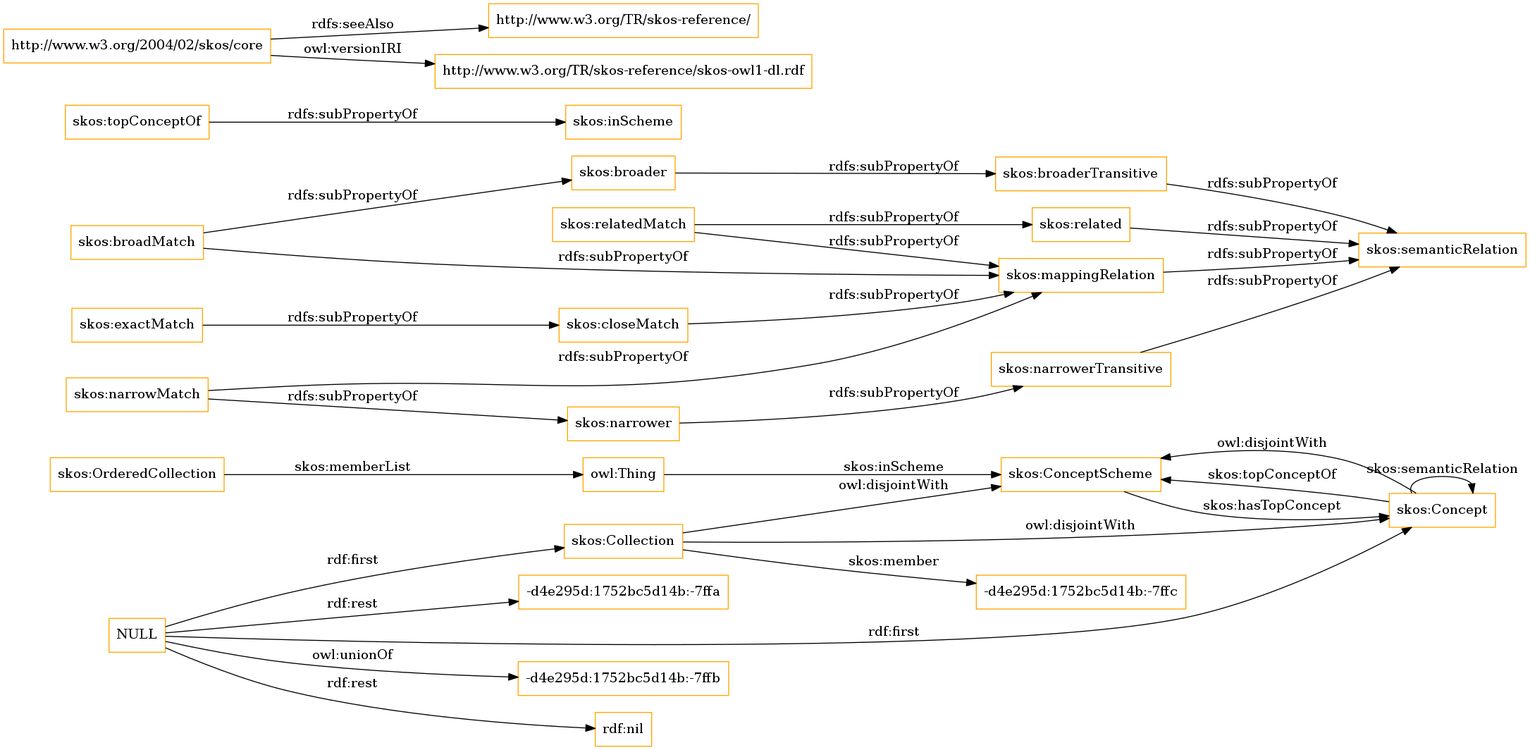
The Graphviz diagram OnToology/imports/skos.owl/diagrams/ar2dtool-class/skos.owl.png in OnToologyUser/core-ontology-1, before a commit. Its source is kept beside it as OnToology/imports/skos.owl/diagrams/ar2dtool-class/skos.owl.png.dot.
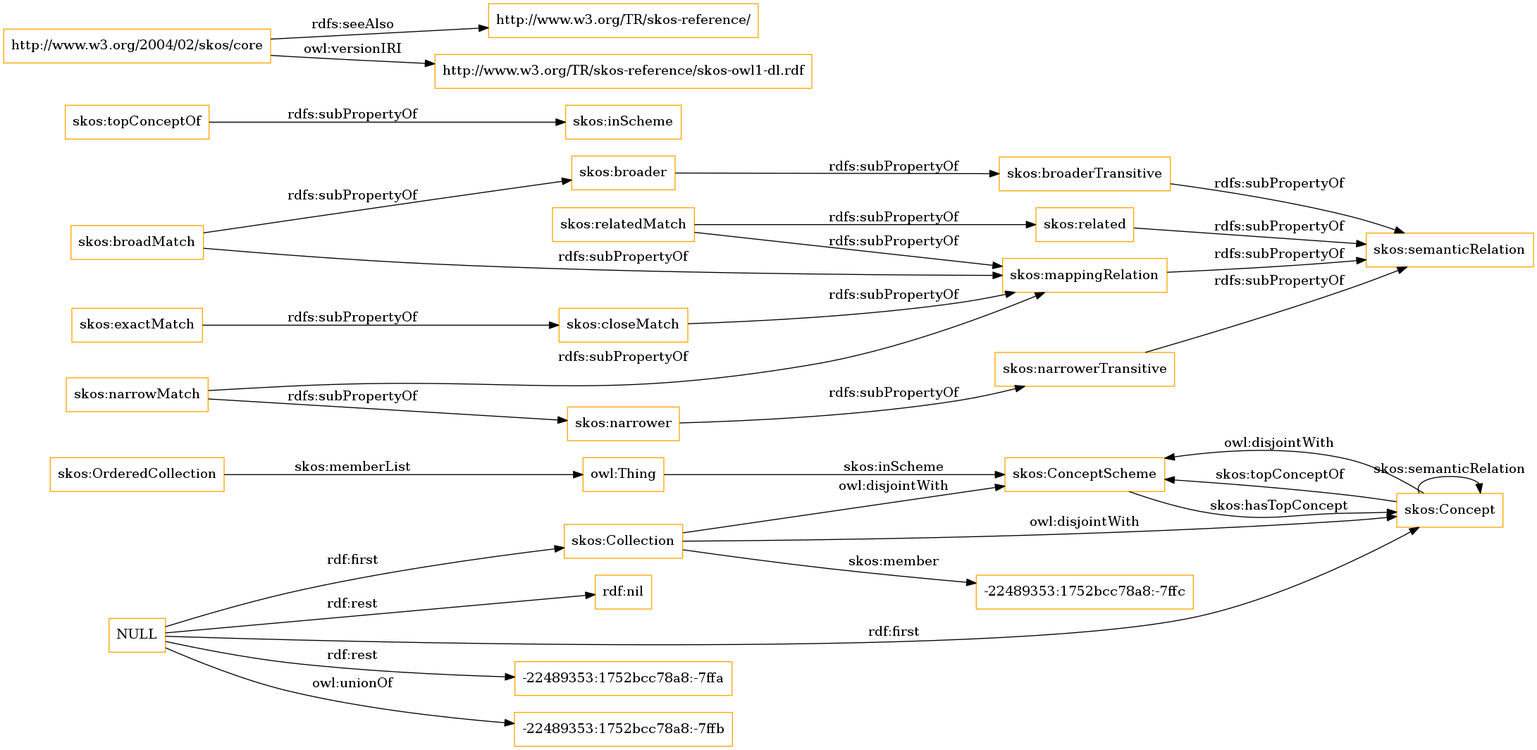
After the commit.

The edit, as a diff of the source:
```diff
@@ -1,13 +1,13 @@
 digraph ar2dtool_diagram {
 rankdir=LR;
 size="1501"
-node [shape = rectangle, color="orange"]; "skos:OrderedCollection" "skos:ConceptScheme" "skos:Concept" "skos:Collection" "-d4e295d:1752bc5d14b:-7ffc" ; /*classes style*/
+node [shape = rectangle, color="orange"]; "skos:OrderedCollection" "skos:ConceptScheme" "skos:Concept" "skos:Collection" "-22489353:1752bcc78a8:-7ffc" ; /*classes style*/
 	"skos:narrowerTransitive" -> "skos:semanticRelation" [ label = "rdfs:subPropertyOf" ];
-	"NULL" -> "-d4e295d:1752bc5d14b:-7ffb" [ label = "owl:unionOf" ];
+	"NULL" -> "-22489353:1752bcc78a8:-7ffa" [ label = "rdf:rest" ];
+	"NULL" -> "skos:Collection" [ label = "rdf:first" ];
+	"NULL" -> "-22489353:1752bcc78a8:-7ffb" [ label = "owl:unionOf" ];
 	"NULL" -> "rdf:nil" [ label = "rdf:rest" ];
 	"NULL" -> "skos:Concept" [ label = "rdf:first" ];
-	"NULL" -> "-d4e295d:1752bc5d14b:-7ffa" [ label = "rdf:rest" ];
-	"NULL" -> "skos:Collection" [ label = "rdf:first" ];
 	"skos:closeMatch" -> "skos:mappingRelation" [ label = "rdfs:subPropertyOf" ];
 	"skos:Concept" -> "skos:ConceptScheme" [ label = "owl:disjointWith" ];
 	"skos:relatedMatch" -> "skos:related" [ label = "rdfs:subPropertyOf" ];
@@ -30,7 +30,7 @@
 	"skos:OrderedCollection" -> "owl:Thing" [ label = "skos:memberList" ];
 	"skos:Concept" -> "skos:ConceptScheme" [ label = "skos:topConceptOf" ];
 	"skos:Concept" -> "skos:Concept" [ label = "skos:semanticRelation" ];
-	"skos:Collection" -> "-d4e295d:1752bc5d14b:-7ffc" [ label = "skos:member" ];
+	"skos:Collection" -> "-22489353:1752bcc78a8:-7ffc" [ label = "skos:member" ];
 	"skos:ConceptScheme" -> "skos:Concept" [ label = "skos:hasTopConcept" ];
 	"owl:Thing" -> "skos:ConceptScheme" [ label = "skos:inScheme" ];
 
```
